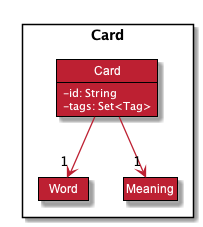
The PlantUML diagram docs/images/CardDiagram.png in nus-cs2103-AY1920S1/addressbook-level3, before a commit. Source of this version:
```plantuml
@startuml













skinparam BackgroundColor #FFFFFFF

skinparam Shadowing false

skinparam Class {
    FontColor #FFFFFF
    BorderThickness 1
    BorderColor #000000
    StereotypeFontColor #FFFFFF
    FontName Arial
    AttributeFontColor #FFFFFF
}

skinparam Actor {
    BorderColor #000000
    Color #000000
    FontName Arial
}

skinparam Sequence {
    MessageAlign center
    BoxFontSize 15
    BoxPadding 0
    BoxFontColor #FFFFFF
    FontName Arial
}

skinparam Participant {
    FontColor #FFFFFFF
    Padding 20
}

skinparam MinClassWidth 50
skinparam ParticipantPadding 10
skinparam Shadowing true
skinparam DefaultTextAlignment center
skinparam packageStyle Rectangle
skinparam classAttributeIconSize 0

hide footbox
hide members
hide circle
hide empty members

skinparam arrowThickness 1.3
skinparam arrowColor #BD2032
skinparam classBackgroundColor #BD2032

show members
hide empty members

Package Card <<Rectangle>>{
Class Card {
- id: String
- tags: Set<Tag>
}
Class Word
Class Meaning
}

Card --> "1" Word
Card --> "1" Meaning

Meaning *-LEFT[hidden]-> Word
@enduml
```
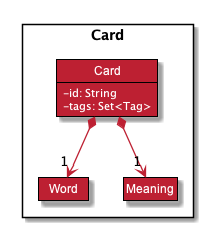
After the change.

Change to the diagram source:
```diff
@@ -72,8 +72,8 @@
 Class Meaning
 }
 
-Card --> "1" Word
-Card --> "1" Meaning
+Card *--> "1" Word
+Card *--> "1" Meaning
 
 Meaning *-LEFT[hidden]-> Word
 @enduml
```
